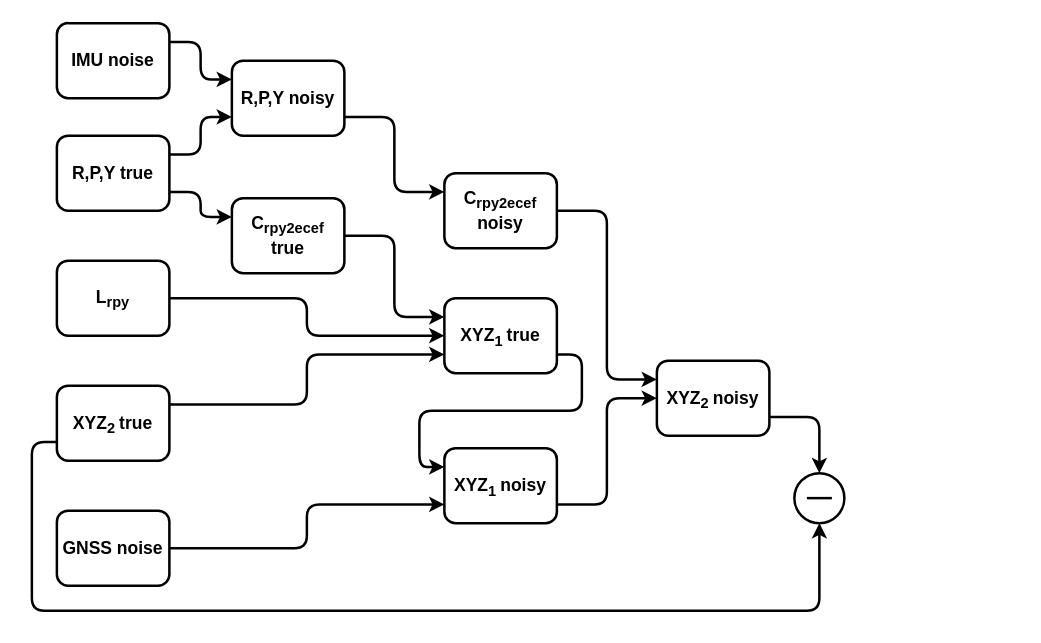
Before: Untitled Diagram.drawio in DaryaMalafeeva/gnss-imu-rover, a draw.io diagram. Source tidied: cells renumbered, new cells numbered last; positions are measured from the earlier drawing's top-left corner, leaving out a move shared by most shapes. Both pictures are drawn from the tidied source at 125%, with x=0, y=0 at pixel (31, 22).
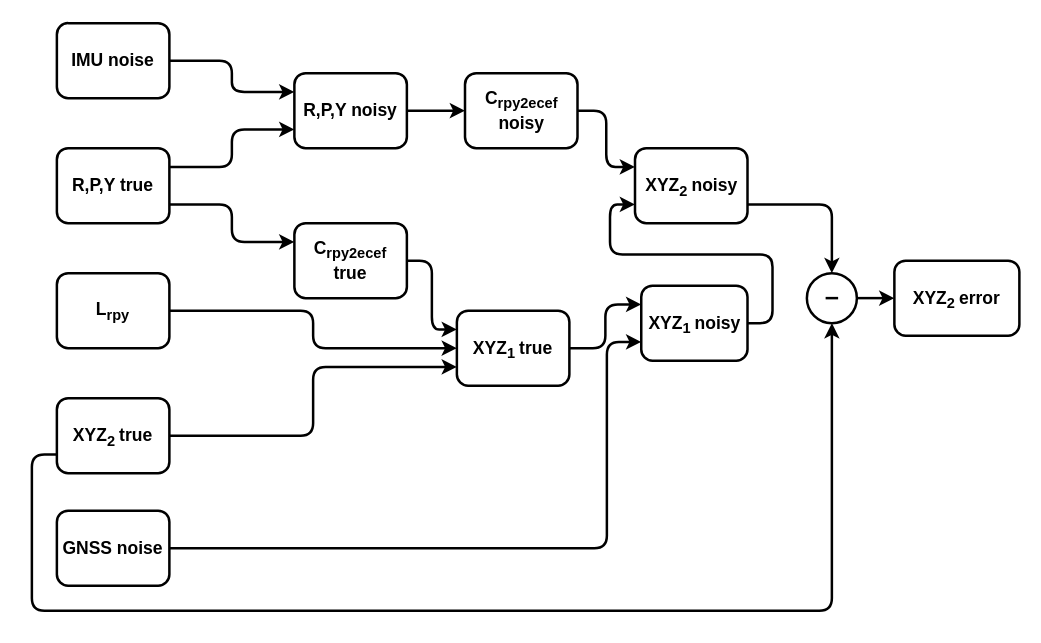
The same page after the edit.

Unchanged cells that the change refers to:
```xml
<mxCell id="6" value="&lt;b&gt;&lt;font style=&quot;font-size: 14px&quot;&gt;IMU noise&lt;/font&gt;&lt;/b&gt;" style="rounded=1;whiteSpace=wrap;html=1;strokeWidth=2;" parent="1" vertex="1">
  <mxGeometry x="20" width="90" height="60" as="geometry" />
</mxCell>
<mxCell id="8" value="&lt;b&gt;&lt;font style=&quot;font-size: 14px&quot;&gt;GNSS noise&lt;/font&gt;&lt;/b&gt;" style="rounded=1;whiteSpace=wrap;html=1;strokeWidth=2;" parent="1" vertex="1">
  <mxGeometry x="20" y="390" width="90" height="60" as="geometry" />
</mxCell>
```

Change to the diagram source:
```diff
@@
     <mxCell id="4" value="&lt;b&gt;&lt;font style=&quot;font-size: 14px&quot;&gt;R,P,Y true&lt;/font&gt;&lt;/b&gt;" style="rounded=1;whiteSpace=wrap;html=1;strokeWidth=2;" parent="1" vertex="1">
-      <mxGeometry x="20" y="90" width="90" height="60" as="geometry" />
+      <mxGeometry x="20" y="100" width="90" height="60" as="geometry" />
     </mxCell>
-    <mxCell id="5" style="edgeStyle=orthogonalEdgeStyle;rounded=1;jettySize=auto;html=1;exitX=1;exitY=0.25;exitDx=0;exitDy=0;entryX=0;entryY=0.25;entryDx=0;entryDy=0;strokeWidth=2;" parent="1" edge="1" source="6" target="17">
+    <mxCell id="5" style="edgeStyle=orthogonalEdgeStyle;rounded=1;jettySize=auto;html=1;exitX=1;exitY=0.5;exitDx=0;exitDy=0;entryX=0;entryY=0.25;entryDx=0;entryDy=0;strokeWidth=2;" parent="1" edge="1" source="6" target="17">
       <mxGeometry relative="1" as="geometry" />
     </mxCell>
@@
     <mxCell id="7" style="edgeStyle=orthogonalEdgeStyle;rounded=1;jettySize=auto;html=1;exitX=1;exitY=0.5;exitDx=0;exitDy=0;entryX=0;entryY=0.75;entryDx=0;entryDy=0;strokeWidth=2;" parent="1" edge="1" source="8" target="21">
-      <mxGeometry relative="1" as="geometry" />
+      <mxGeometry relative="1" as="geometry">
+        <Array as="points">
+          <mxPoint x="460" y="420" />
+          <mxPoint x="460" y="255" />
+        </Array>
+      </mxGeometry>
     </mxCell>
@@
     <mxCell id="10" value="&lt;b&gt;&lt;font style=&quot;font-size: 14px&quot;&gt;&lt;font style=&quot;font-size: 14px&quot;&gt;L&lt;sub&gt;rpy&lt;/sub&gt;&lt;br&gt;&lt;/font&gt;&lt;/font&gt;&lt;/b&gt;" style="rounded=1;whiteSpace=wrap;html=1;strokeWidth=2;" parent="1" vertex="1">
-      <mxGeometry x="20" y="190" width="90" height="60" as="geometry" />
+      <mxGeometry x="20" y="200" width="90" height="60" as="geometry" />
     </mxCell>
-    <mxCell id="11" style="edgeStyle=orthogonalEdgeStyle;rounded=1;jettySize=auto;html=1;exitX=1;exitY=0.25;exitDx=0;exitDy=0;entryX=0;entryY=0.75;entryDx=0;entryDy=0;strokeWidth=2;" parent="1" edge="1" source="13" target="19">
+    <mxCell id="11" style="edgeStyle=orthogonalEdgeStyle;rounded=1;jettySize=auto;html=1;exitX=1;exitY=0.5;exitDx=0;exitDy=0;entryX=0;entryY=0.75;entryDx=0;entryDy=0;strokeWidth=2;" parent="1" edge="1" source="13" target="19">
       <mxGeometry relative="1" as="geometry" />
     </mxCell>
     <mxCell id="12" style="edgeStyle=orthogonalEdgeStyle;rounded=1;jettySize=auto;html=1;exitX=0;exitY=0.75;exitDx=0;exitDy=0;entryX=0.5;entryY=1;entryDx=0;entryDy=0;strokeWidth=2;" parent="1" edge="1" source="13" target="26">
       <mxGeometry relative="1" as="geometry">
         <Array as="points">
-          <mxPoint y="335" />
+          <mxPoint y="345" />
           <mxPoint y="470" />
-          <mxPoint x="630" y="470" />
+          <mxPoint x="640" y="470" />
         </Array>
       </mxGeometry>
     </mxCell>
     <mxCell id="13" value="&lt;b&gt;&lt;font style=&quot;font-size: 16px&quot;&gt;&lt;span style=&quot;font-size: 14px&quot;&gt;&lt;font style=&quot;font-size: 14px&quot;&gt;XYZ&lt;sub&gt;2 &lt;/sub&gt;true&lt;br&gt;&lt;/font&gt;&lt;/span&gt;&lt;/font&gt;&lt;/b&gt;" style="rounded=1;whiteSpace=wrap;html=1;strokeWidth=2;" parent="1" vertex="1">
-      <mxGeometry x="20" y="290" width="90" height="60" as="geometry" />
+      <mxGeometry x="20" y="300" width="90" height="60" as="geometry" />
     </mxCell>
@@
     <mxCell id="15" value="&lt;b&gt;&lt;font style=&quot;font-size: 14px&quot;&gt;C&lt;sub&gt;rpy2ecef&lt;/sub&gt; true&lt;/font&gt;&lt;/b&gt;" style="rounded=1;whiteSpace=wrap;html=1;strokeWidth=2;" parent="1" vertex="1">
-      <mxGeometry x="160" y="140" width="90" height="60" as="geometry" />
+      <mxGeometry x="210" y="160" width="90" height="60" as="geometry" />
     </mxCell>
-    <mxCell id="16" style="edgeStyle=orthogonalEdgeStyle;rounded=1;jettySize=auto;html=1;exitX=1;exitY=0.75;exitDx=0;exitDy=0;entryX=0;entryY=0.25;entryDx=0;entryDy=0;strokeWidth=2;" parent="1" edge="1" source="17" target="25">
+    <mxCell id="16" style="edgeStyle=orthogonalEdgeStyle;rounded=1;jettySize=auto;html=1;exitX=1;exitY=0.5;exitDx=0;exitDy=0;entryX=0;entryY=0.5;entryDx=0;entryDy=0;strokeWidth=2;" parent="1" edge="1" source="17" target="25">
       <mxGeometry relative="1" as="geometry" />
     </mxCell>
     <mxCell id="17" value="&lt;b&gt;&lt;font style=&quot;font-size: 14px&quot;&gt;R,P,Y noisy&lt;/font&gt;&lt;/b&gt;" style="rounded=1;whiteSpace=wrap;html=1;strokeWidth=2;" parent="1" vertex="1">
-      <mxGeometry x="160" y="30" width="90" height="60" as="geometry" />
+      <mxGeometry x="210" y="40" width="90" height="60" as="geometry" />
     </mxCell>
-    <mxCell id="18" style="edgeStyle=orthogonalEdgeStyle;rounded=1;jettySize=auto;html=1;exitX=1;exitY=0.75;exitDx=0;exitDy=0;entryX=0;entryY=0.25;entryDx=0;entryDy=0;strokeWidth=2;" parent="1" edge="1" source="19" target="21">
+    <mxCell id="18" style="edgeStyle=orthogonalEdgeStyle;rounded=1;jettySize=auto;html=1;exitX=1;exitY=0.5;exitDx=0;exitDy=0;entryX=0;entryY=0.25;entryDx=0;entryDy=0;strokeWidth=2;" parent="1" edge="1" source="19" target="21">
       <mxGeometry relative="1" as="geometry" />
     </mxCell>
     <mxCell id="19" value="&lt;b&gt;&lt;font style=&quot;font-size: 16px&quot;&gt;&lt;span style=&quot;font-size: 14px&quot;&gt;&lt;font style=&quot;font-size: 14px&quot;&gt;XYZ&lt;sub&gt;1 &lt;/sub&gt;true&lt;br&gt;&lt;/font&gt;&lt;/span&gt;&lt;/font&gt;&lt;/b&gt;" style="rounded=1;whiteSpace=wrap;html=1;strokeWidth=2;" parent="1" vertex="1">
-      <mxGeometry x="330" y="220" width="90" height="60" as="geometry" />
+      <mxGeometry x="340" y="230" width="90" height="60" as="geometry" />
     </mxCell>
-    <mxCell id="20" style="edgeStyle=orthogonalEdgeStyle;rounded=1;jettySize=auto;html=1;exitX=1;exitY=0.75;exitDx=0;exitDy=0;entryX=0;entryY=0.5;entryDx=0;entryDy=0;strokeWidth=2;" parent="1" edge="1" source="21" target="23">
+    <mxCell id="20" style="edgeStyle=orthogonalEdgeStyle;rounded=1;jettySize=auto;html=1;exitX=1;exitY=0.5;exitDx=0;exitDy=0;entryX=0;entryY=0.75;entryDx=0;entryDy=0;strokeWidth=2;" parent="1" edge="1" source="21" target="23">
       <mxGeometry relative="1" as="geometry" />
     </mxCell>
     <mxCell id="21" value="&lt;b&gt;&lt;font style=&quot;font-size: 16px&quot;&gt;&lt;span style=&quot;font-size: 14px&quot;&gt;&lt;font style=&quot;font-size: 14px&quot;&gt;XYZ&lt;sub&gt;1 &lt;/sub&gt;noisy&lt;br&gt;&lt;/font&gt;&lt;/span&gt;&lt;/font&gt;&lt;/b&gt;" style="rounded=1;whiteSpace=wrap;html=1;strokeWidth=2;" parent="1" vertex="1">
-      <mxGeometry x="330" y="340" width="90" height="60" as="geometry" />
+      <mxGeometry x="487.5" y="210" width="85" height="60" as="geometry" />
     </mxCell>
@@
     <mxCell id="23" value="&lt;b&gt;&lt;font style=&quot;font-size: 16px&quot;&gt;&lt;span style=&quot;font-size: 14px&quot;&gt;&lt;font style=&quot;font-size: 14px&quot;&gt;XYZ&lt;sub&gt;2 &lt;/sub&gt;noisy&lt;br&gt;&lt;/font&gt;&lt;/span&gt;&lt;/font&gt;&lt;/b&gt;" style="rounded=1;whiteSpace=wrap;html=1;strokeWidth=2;" parent="1" vertex="1">
-      <mxGeometry x="500" y="270" width="90" height="60" as="geometry" />
+      <mxGeometry x="482.5" y="100" width="90" height="60" as="geometry" />
     </mxCell>
-    <mxCell id="24" style="edgeStyle=orthogonalEdgeStyle;rounded=1;jettySize=auto;html=1;exitX=1;exitY=0.5;exitDx=0;exitDy=0;strokeWidth=2;entryX=0;entryY=0.25;entryDx=0;entryDy=0;" parent="1" edge="1" source="25" target="23">
+    <mxCell id="24" style="edgeStyle=orthogonalEdgeStyle;rounded=1;jettySize=auto;html=1;exitX=1;exitY=0.5;exitDx=0;exitDy=0;entryX=0;entryY=0.25;entryDx=0;entryDy=0;strokeWidth=2;" parent="1" edge="1" source="25" target="23">
       <mxGeometry relative="1" as="geometry" />
     </mxCell>
     <mxCell id="25" value="&lt;b&gt;&lt;font style=&quot;font-size: 14px&quot;&gt;C&lt;sub&gt;rpy2ecef&lt;/sub&gt; noisy&lt;br&gt;&lt;/font&gt;&lt;/b&gt;" style="rounded=1;whiteSpace=wrap;html=1;strokeWidth=2;" parent="1" vertex="1">
-      <mxGeometry x="330" y="120" width="90" height="60" as="geometry" />
+      <mxGeometry x="346.5" y="40" width="90" height="60" as="geometry" />
     </mxCell>
+    <mxCell id="28" style="edgeStyle=orthogonalEdgeStyle;rounded=1;jettySize=auto;html=1;exitX=1;exitY=0.5;exitDx=0;exitDy=0;strokeWidth=2;entryX=0;entryY=0.5;entryDx=0;entryDy=0;" parent="1" edge="1" source="26" target="29">
+      <mxGeometry relative="1" as="geometry" />
+    </mxCell>
     <mxCell id="26" style="ellipse;whiteSpace=wrap;html=1;strokeWidth=2;" parent="1" vertex="1">
-      <mxGeometry x="610" y="360" width="40" height="40" as="geometry" />
+      <mxGeometry x="620" y="200" width="40" height="40" as="geometry" />
     </mxCell>
-    <mxCell id="27" style="endArrow=none;html=1;strokeWidth=2;rounded=0;" parent="1" edge="1">
-      <mxGeometry relative="1" as="geometry">
-        <mxPoint x="620" y="380" as="sourcePoint" />
-        <mxPoint x="640" y="380" as="targetPoint" />
-      </mxGeometry>
-    </mxCell>
+    <mxCell id="29" value="&lt;b&gt;&lt;font style=&quot;font-size: 16px&quot;&gt;&lt;span style=&quot;font-size: 14px&quot;&gt;&lt;font style=&quot;font-size: 14px&quot;&gt;XYZ&lt;sub&gt;2 &lt;/sub&gt;error&lt;br&gt;&lt;/font&gt;&lt;/span&gt;&lt;/font&gt;&lt;/b&gt;" style="rounded=1;whiteSpace=wrap;html=1;strokeWidth=2;" parent="1" vertex="1">
+      <mxGeometry x="690" y="190" width="100" height="60" as="geometry" />
+    </mxCell>
+    <mxCell id="30" style="endArrow=none;html=1;strokeWidth=2;jumpSize=9;" parent="1" edge="1">
+      <mxGeometry relative="1" as="geometry">
+        <mxPoint x="635" y="220" as="sourcePoint" />
+        <mxPoint x="645" y="220" as="targetPoint" />
+      </mxGeometry>
+    </mxCell>
```
